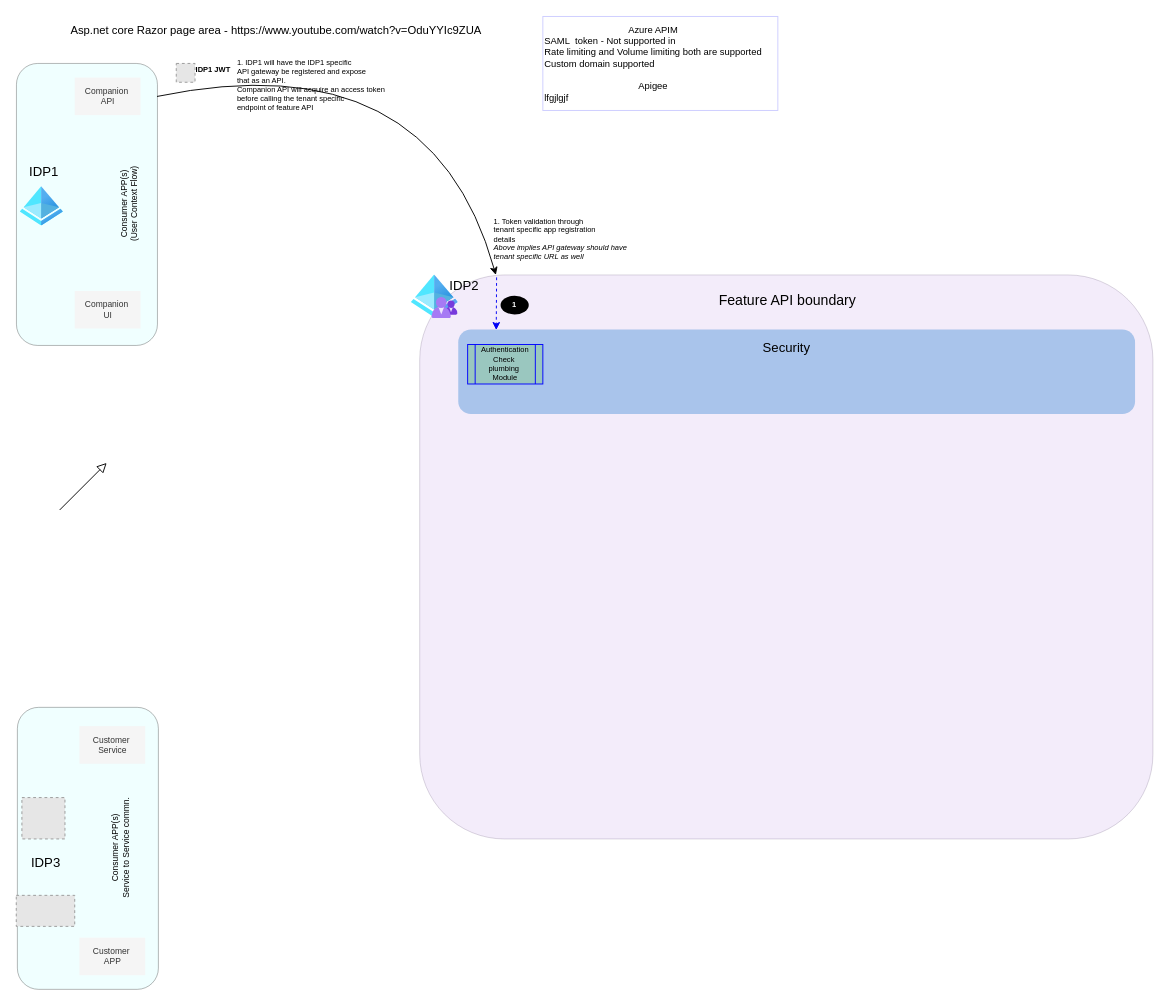
The draw.io diagram PublicAPIFrameWork/Solution Designs v1.0.0.drawio in NMTechie/MyExpWithAzure, before the edit. Source tidied: cells renumbered, new cells numbered last; positions are measured from the earlier drawing's top-left corner, leaving out a move shared by most shapes. Both pictures are drawn from the tidied source at 94%, with x=0, y=0 at pixel (16, 16). Pictures stored in the file or linked from it are replaced by grey dashed boxes.
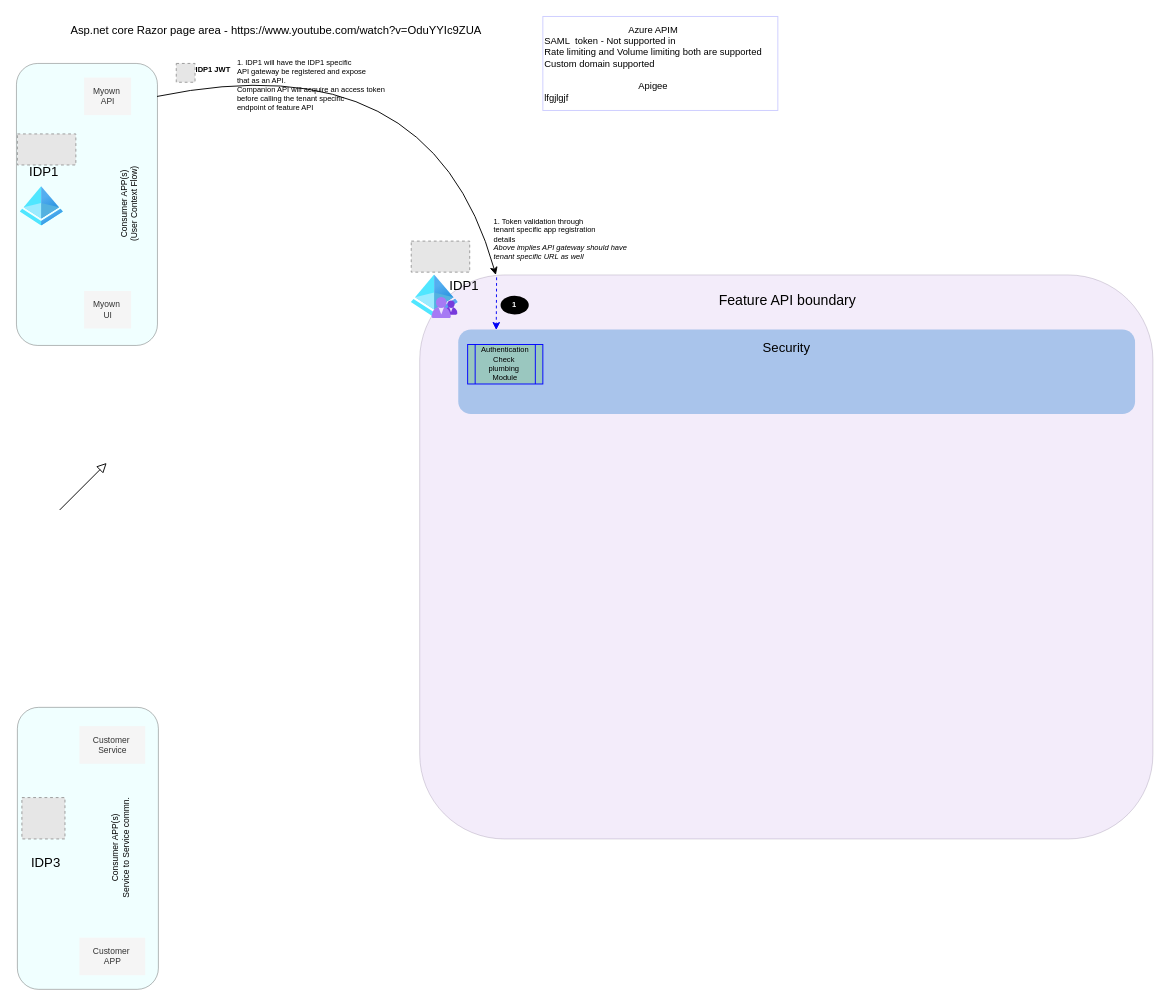
After the change.

Change to the diagram source:
```diff
@@
-    <mxCell id="5" value="Companion&amp;nbsp;&lt;br style=&quot;font-size: 9px;&quot;&gt;UI" style="text;html=1;align=center;verticalAlign=middle;fillColor=#f5f5f5;strokeColor=none;rounded=0;fontColor=#333333;fontSize=9;" parent="1" vertex="1">
-      <mxGeometry x="62" y="292" width="70" height="40" as="geometry" />
+    <mxCell id="5" value="Myown&amp;nbsp;&lt;br style=&quot;font-size: 9px;&quot;&gt;UI" style="text;html=1;align=center;verticalAlign=middle;fillColor=#f5f5f5;strokeColor=none;rounded=0;fontColor=#333333;fontSize=9;" parent="1" vertex="1">
+      <mxGeometry x="72" y="292" width="50" height="40" as="geometry" />
     </mxCell>
-    <mxCell id="6" value="Companion&amp;nbsp;&lt;br style=&quot;font-size: 9px;&quot;&gt;API" style="text;html=1;align=center;verticalAlign=middle;fillColor=#f5f5f5;strokeColor=none;rounded=0;fontColor=#333333;fontSize=9;" parent="1" vertex="1">
-      <mxGeometry x="62" y="65" width="70" height="40" as="geometry" />
+    <mxCell id="6" value="Myown&amp;nbsp;&lt;br style=&quot;font-size: 9px;&quot;&gt;API" style="text;html=1;align=center;verticalAlign=middle;fillColor=#f5f5f5;strokeColor=none;rounded=0;fontColor=#333333;fontSize=9;" parent="1" vertex="1">
+      <mxGeometry x="72" y="65" width="50" height="40" as="geometry" />
     </mxCell>
@@
     <mxCell id="14" style="fillColor=#E6E6E6;strokeColor=#999999;dashed=1;verticalLabelPosition=bottom;labelBackgroundColor=default;verticalAlign=top;" parent="1" vertex="1">
-      <mxGeometry x="-0.2" y="935" width="62.2" height="33" as="geometry" />
+      <mxGeometry x="1" y="125" width="62.2" height="33" as="geometry" />
     </mxCell>
@@
-    <mxCell id="22" value="IDP2" style="text;html=1;align=center;verticalAlign=middle;fillColor=none;strokeColor=none;rounded=0;fontSize=14;" parent="1" vertex="1">
+    <mxCell id="22" value="IDP1" style="text;html=1;align=center;verticalAlign=middle;fillColor=none;strokeColor=none;rounded=0;fontSize=14;" parent="1" vertex="1">
       <mxGeometry x="451" y="272" width="50" height="30" as="geometry" />
     </mxCell>
@@
+    <mxCell id="32" style="fillColor=#E6E6E6;strokeColor=#999999;dashed=1;verticalLabelPosition=bottom;labelBackgroundColor=default;verticalAlign=top;" parent="1" vertex="1">
+      <mxGeometry x="420" y="239" width="62.2" height="33" as="geometry" />
+    </mxCell>
```
